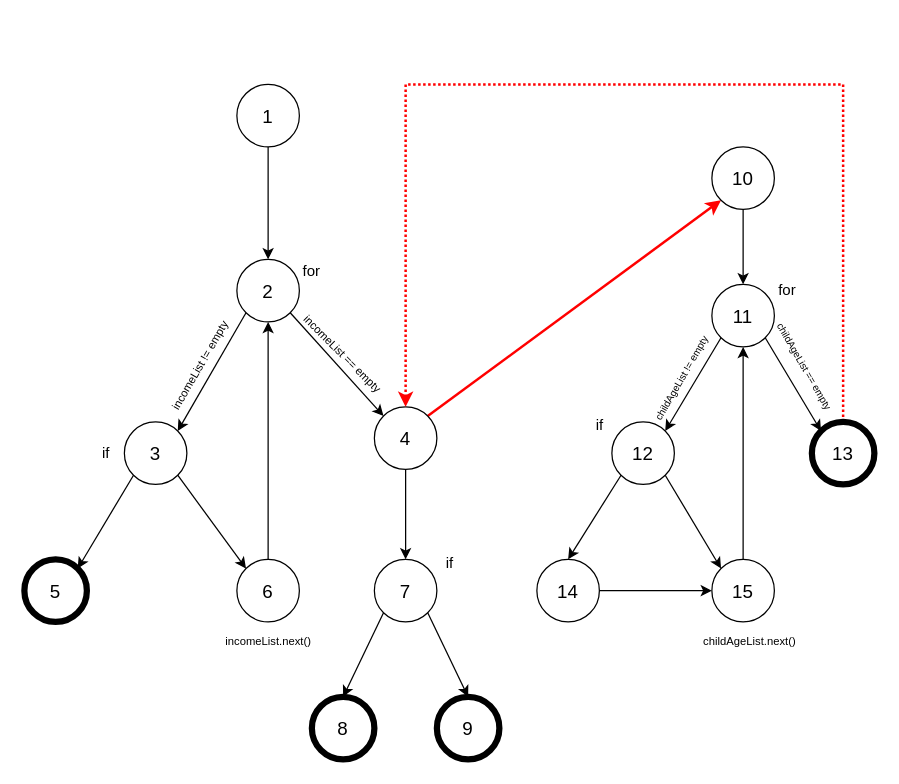
sakib7/ml-project-versioning keeps this draw.io diagram as software-testing-asg-2.drawio. Above is the earlier version. Source tidied: cells renumbered, new cells numbered last; positions are measured from the earlier drawing's top-left corner, leaving out a move shared by most shapes. Both pictures are drawn from the tidied source at 125%, with x=0, y=0 at pixel (24, 84).
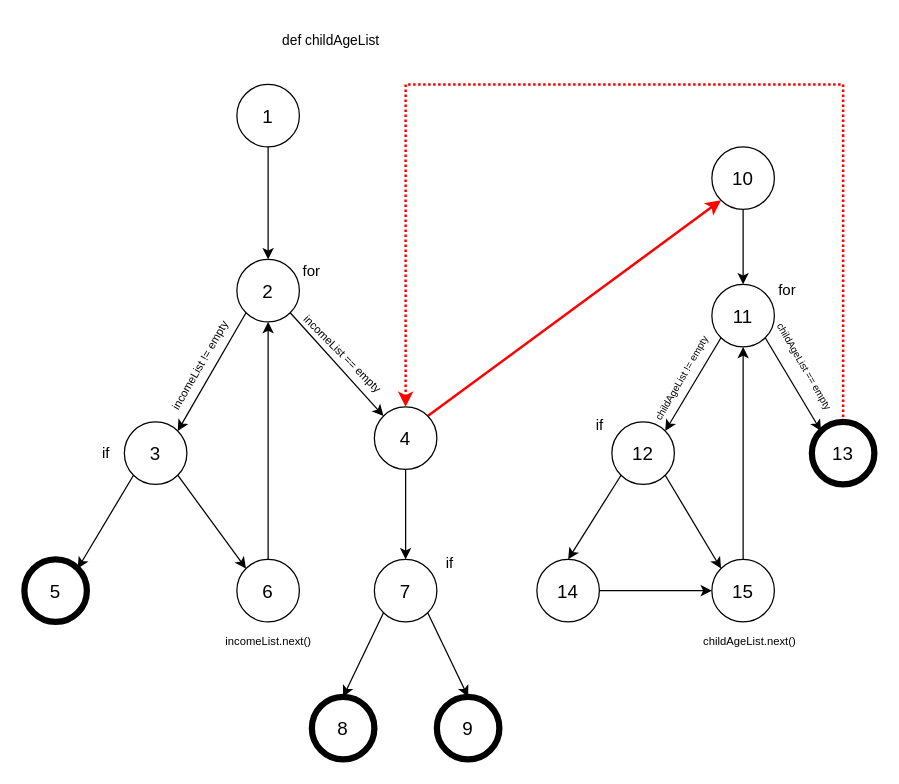
The same diagram, later.

The edit, as a diff of the source:
```diff
@@
+    <mxCell id="46" value="&lt;font style=&quot;font-size: 11px;&quot;&gt;def&amp;nbsp;childAgeList&lt;/font&gt;" style="text;html=1;align=center;verticalAlign=middle;strokeColor=none;fillColor=none;" parent="1" vertex="1">
+      <mxGeometry x="195" y="-50" width="100" height="30" as="geometry" />
+    </mxCell>
```
